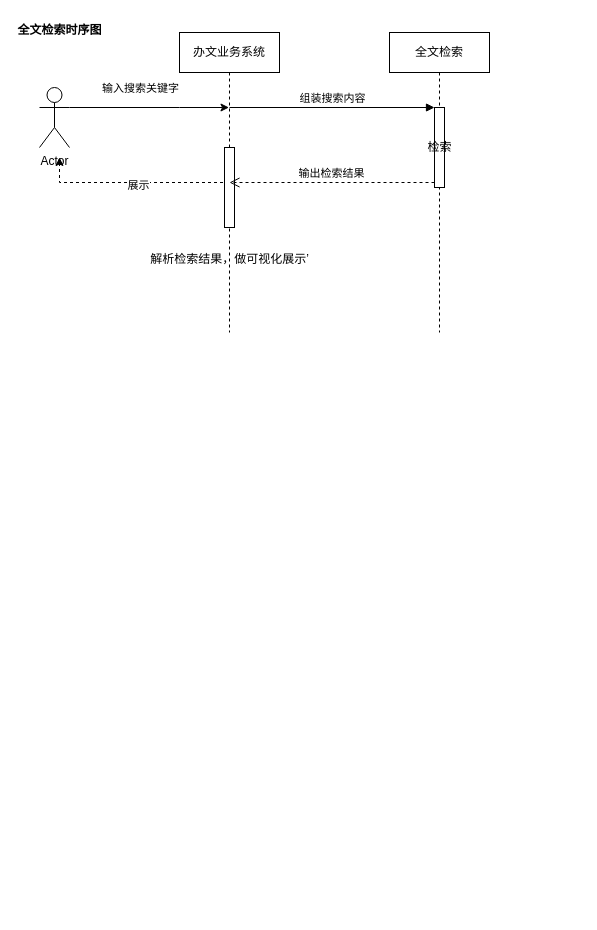
ammengke/my-drawio keeps this draw.io diagram as 办文全文检索.drawio. Above is the earlier version. Source tidied: cells renumbered, new cells numbered last; positions are measured from the earlier drawing's top-left corner, leaving out a move shared by most shapes. Both pictures are drawn from the tidied source at 100%, with x=0, y=0 at pixel (19, 17).
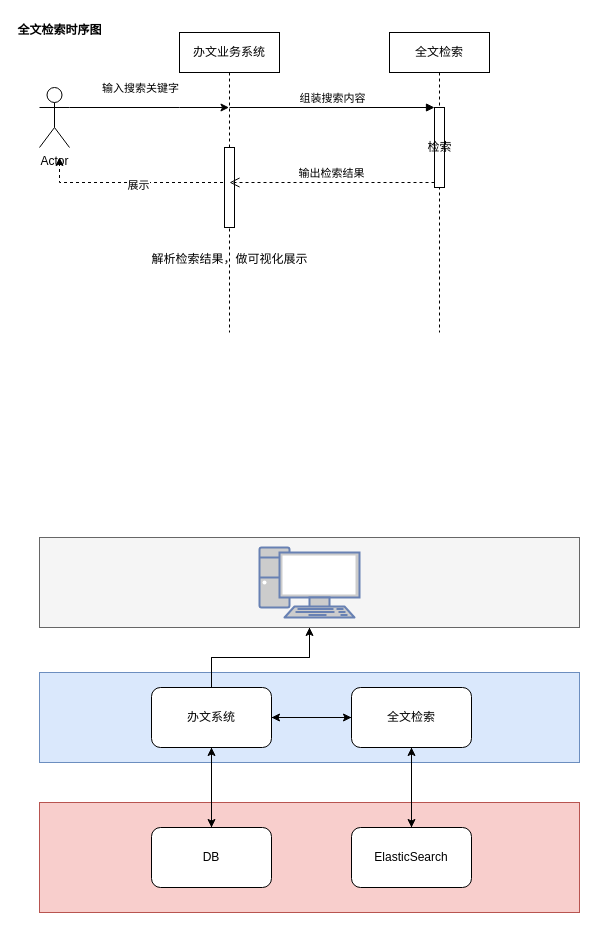
The same diagram, later.

Commit message (it also covers changes not shown here):
更新办文全文检索.drawio

Unchanged cells that the change refers to:
```xml
<mxCell id="7" value="办文业务系统" style="shape=umlLifeline;perimeter=lifelinePerimeter;whiteSpace=wrap;html=1;outlineConnect=0;portConstraint=eastwest;newEdgeStyle={&quot;edgeStyle&quot;:&quot;elbowEdgeStyle&quot;,&quot;elbow&quot;:&quot;vertical&quot;,&quot;curved&quot;:0,&quot;rounded&quot;:0};" parent="1" vertex="1">
  <mxGeometry x="160" y="15" width="100" height="300" as="geometry" />
</mxCell>
```

What changed in the source:
```diff
@@
-    <mxCell id="8" value="&lt;br&gt;&lt;br&gt;&lt;br&gt;&lt;br&gt;&lt;br&gt;&lt;br&gt;&lt;br&gt;&lt;br&gt;&lt;br&gt;&lt;br&gt;解析检索结果，做可视化展示’" style="html=1;perimeter=orthogonalPerimeter;targetShapes=umlLifeline;newEdgeStyle={&quot;edgeStyle&quot;:&quot;elbowEdgeStyle&quot;,&quot;elbow&quot;:&quot;vertical&quot;,&quot;curved&quot;:0,&quot;rounded&quot;:0};" parent="7" vertex="1">
+    <mxCell id="8" value="&lt;br&gt;&lt;br&gt;&lt;br&gt;&lt;br&gt;&lt;br&gt;&lt;br&gt;&lt;br&gt;&lt;br&gt;&lt;br&gt;&lt;br&gt;解析检索结果，做可视化展示" style="html=1;perimeter=orthogonalPerimeter;targetShapes=umlLifeline;newEdgeStyle={&quot;edgeStyle&quot;:&quot;elbowEdgeStyle&quot;,&quot;elbow&quot;:&quot;vertical&quot;,&quot;curved&quot;:0,&quot;rounded&quot;:0};" parent="7" vertex="1">
       <mxGeometry x="45" y="115" width="10" height="80" as="geometry" />
     </mxCell>
@@
+    <mxCell id="14" style="edgeStyle=orthogonalEdgeStyle;rounded=0;jettySize=auto;html=1;" parent="1" edge="1" source="15" target="20">
+      <mxGeometry relative="1" as="geometry" />
+    </mxCell>
+    <mxCell id="15" style="rounded=0;whiteSpace=wrap;html=1;fillColor=#f5f5f5;strokeColor=#666666;fontColor=#333333;" parent="1" vertex="1">
+      <mxGeometry x="20" y="520" width="540" height="90" as="geometry" />
+    </mxCell>
+    <mxCell id="16" style="fontColor=#0066CC;verticalAlign=top;verticalLabelPosition=bottom;labelPosition=center;align=center;html=1;fillColor=#CCCCCC;strokeColor=#6881B3;gradientColor=none;gradientDirection=north;strokeWidth=2;shape=mxgraph.networks.pc;" parent="1" vertex="1">
+      <mxGeometry x="240" y="530" width="100" height="70" as="geometry" />
+    </mxCell>
+    <mxCell id="17" style="rounded=0;whiteSpace=wrap;html=1;fillColor=#dae8fc;strokeColor=#6c8ebf;" parent="1" vertex="1">
+      <mxGeometry x="20" y="655" width="540" height="90" as="geometry" />
+    </mxCell>
+    <mxCell id="18" style="edgeStyle=orthogonalEdgeStyle;rounded=0;jettySize=auto;html=1;entryX=0;entryY=0.5;entryDx=0;entryDy=0;" parent="1" edge="1" source="20" target="22">
+      <mxGeometry relative="1" as="geometry" />
+    </mxCell>
+    <mxCell id="19" style="edgeStyle=orthogonalEdgeStyle;rounded=0;jettySize=auto;html=1;entryX=0.5;entryY=1;entryDx=0;entryDy=0;" parent="1" edge="1" source="20" target="15">
+      <mxGeometry relative="1" as="geometry" />
+    </mxCell>
+    <mxCell id="20" value="办文系统" style="rounded=1;whiteSpace=wrap;html=1;" parent="1" vertex="1">
+      <mxGeometry x="132" y="670" width="120" height="60" as="geometry" />
+    </mxCell>
+    <mxCell id="21" style="edgeStyle=orthogonalEdgeStyle;rounded=0;jettySize=auto;html=1;entryX=1;entryY=0.5;entryDx=0;entryDy=0;" parent="1" edge="1" source="22" target="20">
+      <mxGeometry relative="1" as="geometry" />
+    </mxCell>
+    <mxCell id="22" value="全文检索" style="rounded=1;whiteSpace=wrap;html=1;" parent="1" vertex="1">
+      <mxGeometry x="332" y="670" width="120" height="60" as="geometry" />
+    </mxCell>
+    <mxCell id="23" style="rounded=0;whiteSpace=wrap;html=1;fillColor=#f8cecc;strokeColor=#b85450;" parent="1" vertex="1">
+      <mxGeometry x="20" y="785" width="540" height="110" as="geometry" />
+    </mxCell>
+    <mxCell id="24" style="edgeStyle=orthogonalEdgeStyle;rounded=0;jettySize=auto;html=1;" parent="1" edge="1" source="25">
+      <mxGeometry relative="1" as="geometry">
+        <mxPoint x="192" y="730" as="targetPoint" />
+      </mxGeometry>
+    </mxCell>
+    <mxCell id="25" value="DB" style="rounded=1;whiteSpace=wrap;html=1;" parent="1" vertex="1">
+      <mxGeometry x="132" y="810" width="120" height="60" as="geometry" />
+    </mxCell>
+    <mxCell id="26" style="edgeStyle=orthogonalEdgeStyle;rounded=0;jettySize=auto;html=1;" parent="1" edge="1" source="27" target="22">
+      <mxGeometry relative="1" as="geometry" />
+    </mxCell>
+    <mxCell id="27" value="ElasticSearch" style="rounded=1;whiteSpace=wrap;html=1;" parent="1" vertex="1">
+      <mxGeometry x="332" y="810" width="120" height="60" as="geometry" />
+    </mxCell>
+    <mxCell id="28" style="edgeStyle=orthogonalEdgeStyle;rounded=0;jettySize=auto;html=1;" parent="1" edge="1" source="22" target="27">
+      <mxGeometry relative="1" as="geometry" />
+    </mxCell>
+    <mxCell id="29" style="edgeStyle=orthogonalEdgeStyle;rounded=0;jettySize=auto;html=1;" parent="1" edge="1" source="20" target="25">
+      <mxGeometry relative="1" as="geometry" />
+    </mxCell>
```
